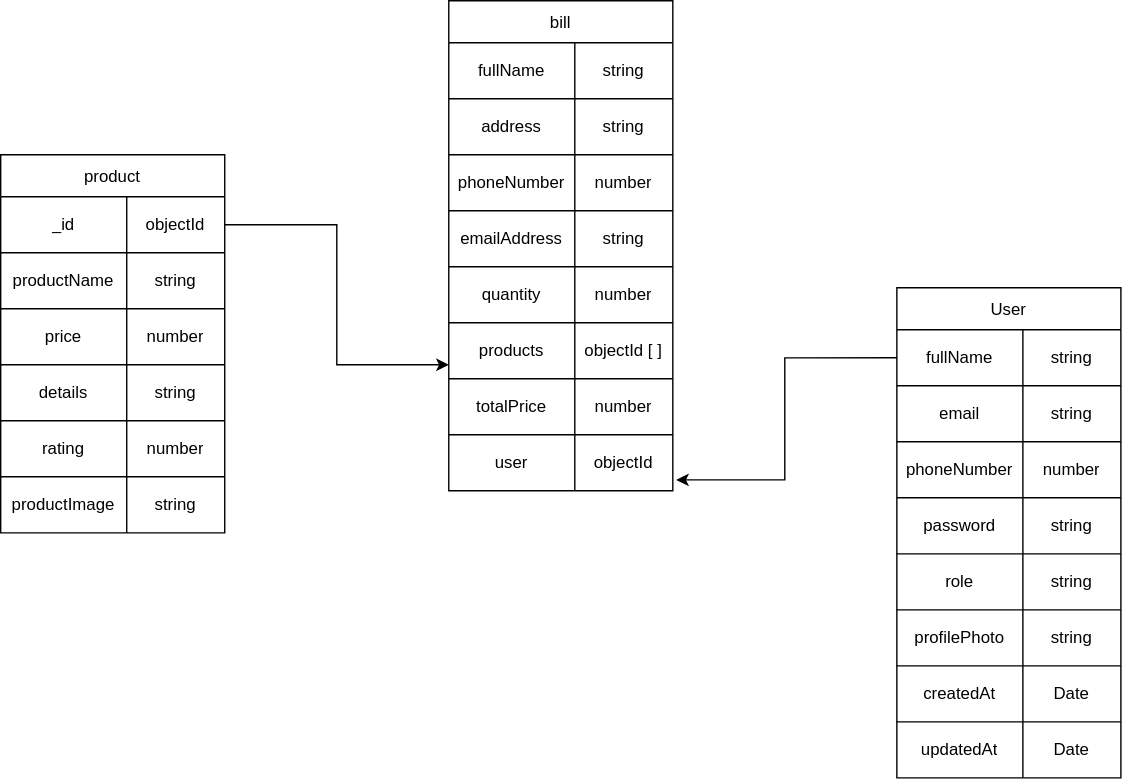
Earlier version of the draw.io export backend-diagram.drawio.svg (Abdullh1111/audio-plus). Source tidied: cells renumbered, new cells last; positions are measured from the earlier drawing's top-left corner, leaving out a move shared by most shapes.
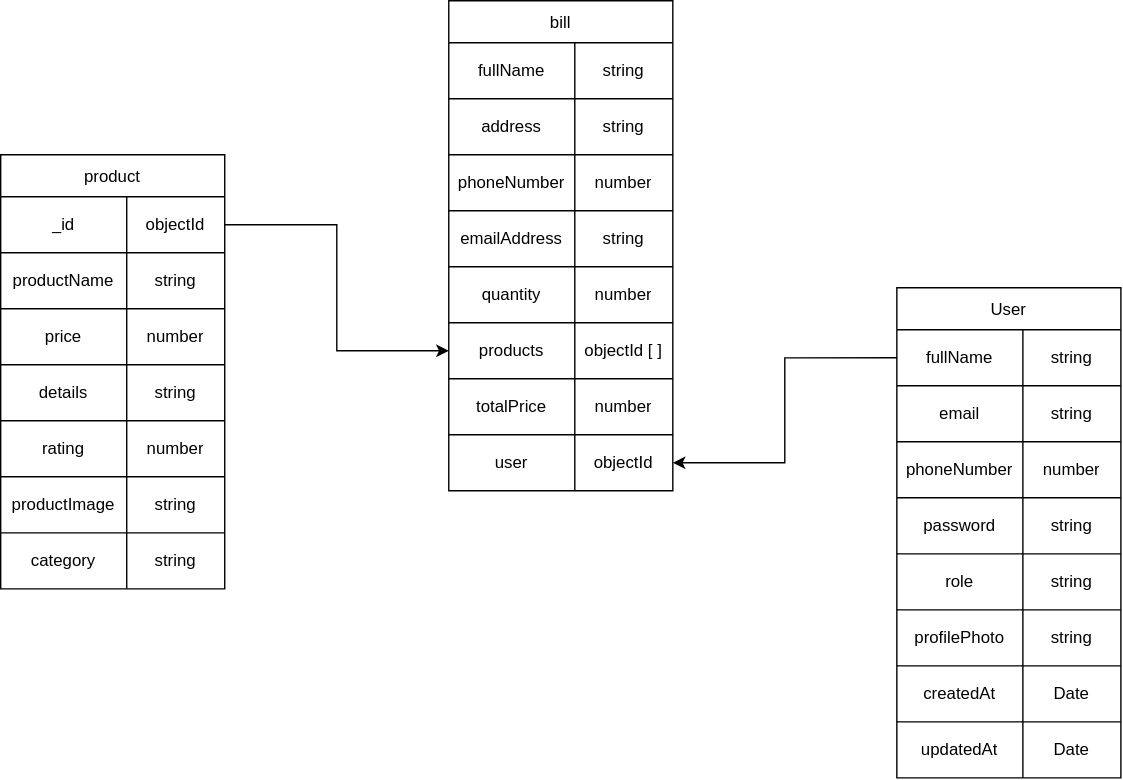
After the commit.

Change to the diagram source:
```diff
@@ -153,7 +153,7 @@
       <mxGeometry x="90" width="70" height="40" as="geometry" />
     </mxCell>
     <mxCell id="52" value="product" style="shape=table;startSize=30;" parent="1" vertex="1">
-      <mxGeometry y="110" width="160" height="270" as="geometry" />
+      <mxGeometry y="110" width="160" height="310" as="geometry" />
     </mxCell>
     <mxCell id="53" style="shape=tableRow;horizontal=0;startSize=0;swimlaneHead=0;swimlaneBody=0;strokeColor=inherit;top=0;left=0;bottom=0;right=0;fillColor=none;points=[[0,0.5],[1,0.5]];portConstraint=eastwest;" parent="52" vertex="1">
       <mxGeometry y="30" width="160" height="40" as="geometry" />
@@ -209,10 +209,19 @@
     <mxCell id="70" value="string" style="shape=partialRectangle;html=1;whiteSpace=wrap;strokeColor=inherit;overflow=hidden;fillColor=none;top=0;left=0;bottom=0;right=0;" parent="68" vertex="1">
       <mxGeometry x="90" width="70" height="40" as="geometry" />
     </mxCell>
+    <mxCell id="73" style="shape=tableRow;horizontal=0;startSize=0;swimlaneHead=0;swimlaneBody=0;strokeColor=inherit;top=0;left=0;bottom=0;right=0;fillColor=none;" parent="52" vertex="1">
+      <mxGeometry y="270" width="160" height="40" as="geometry" />
+    </mxCell>
+    <mxCell id="74" value="category" style="shape=partialRectangle;html=1;whiteSpace=wrap;strokeColor=inherit;overflow=hidden;fillColor=none;top=0;left=0;bottom=0;right=0;" parent="73" vertex="1">
+      <mxGeometry width="90" height="40" as="geometry" />
+    </mxCell>
+    <mxCell id="75" value="string" style="shape=partialRectangle;html=1;whiteSpace=wrap;strokeColor=inherit;overflow=hidden;fillColor=none;top=0;left=0;bottom=0;right=0;" parent="73" vertex="1">
+      <mxGeometry x="90" width="70" height="40" as="geometry" />
+    </mxCell>
-    <mxCell id="71" style="edgeStyle=orthogonalEdgeStyle;rounded=0;jettySize=auto;html=1;exitX=1;exitY=0.5;exitDx=0;exitDy=0;entryX=0;entryY=0.75;entryDx=0;entryDy=0;entryPerimeter=0;" parent="1" edge="1" source="53" target="18">
+    <mxCell id="71" style="edgeStyle=orthogonalEdgeStyle;rounded=0;jettySize=auto;html=1;exitX=1;exitY=0.5;exitDx=0;exitDy=0;entryX=0;entryY=0.5;entryDx=0;entryDy=0;" parent="1" edge="1" source="53" target="18">
       <mxGeometry relative="1" as="geometry" />
     </mxCell>
-    <mxCell id="72" style="edgeStyle=orthogonalEdgeStyle;rounded=0;jettySize=auto;html=1;exitX=0;exitY=0.5;exitDx=0;exitDy=0;entryX=1.015;entryY=0.805;entryDx=0;entryDy=0;entryPerimeter=0;" parent="1" edge="1" source="28" target="24">
+    <mxCell id="72" style="edgeStyle=orthogonalEdgeStyle;rounded=0;jettySize=auto;html=1;exitX=0;exitY=0.5;exitDx=0;exitDy=0;entryX=1;entryY=0.5;entryDx=0;entryDy=0;" parent="1" edge="1" source="28" target="24">
       <mxGeometry relative="1" as="geometry" />
     </mxCell>
   </root>
```
